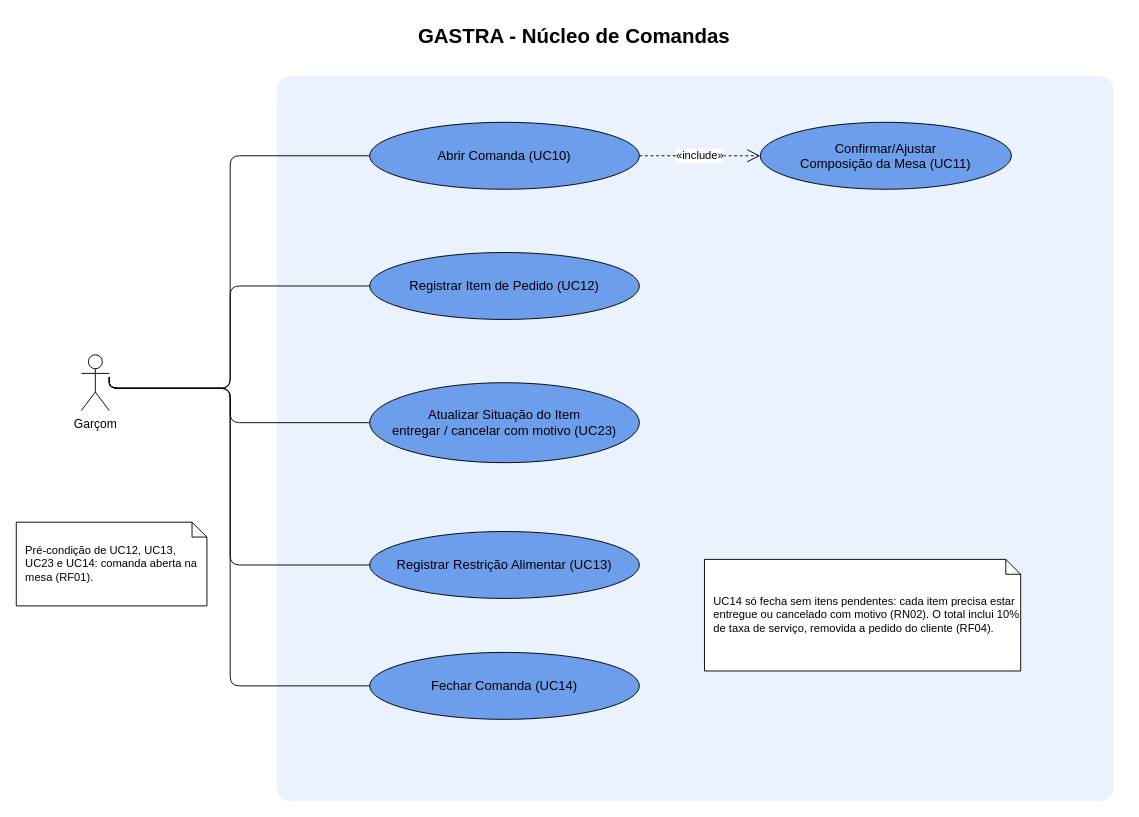
The draw.io diagram docs/diagramas/_fontes/GASTRA_UC_NucleoComandas.drawio in danih-vb/gastra-tg, before the edit. Source tidied: cells renumbered, new cells numbered last; positions are measured from the earlier drawing's top-left corner, leaving out a move shared by most shapes. Both pictures are drawn from the tidied source at 93%, with x=0, y=0 at pixel (16, 16).
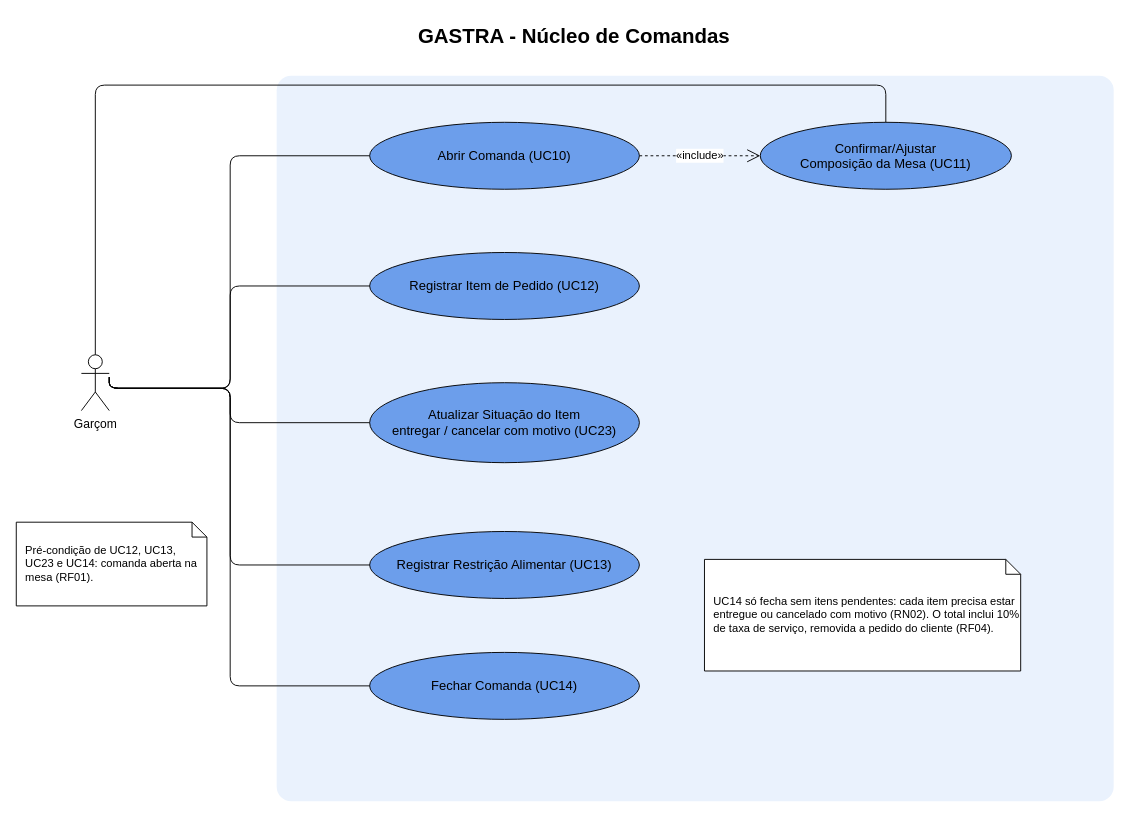
Above is the later version.

Unchanged cells that the change refers to:
```xml
<mxCell id="4" value="Garçom" style="shape=umlActor;verticalLabelPosition=bottom;verticalAlign=top;html=1;outlineConnect=0;fontSize=13;" parent="1" vertex="1">
  <mxGeometry x="70" y="364" width="30" height="60" as="geometry" />
</mxCell>
<mxCell id="15" value="Confirmar/Ajustar&lt;br&gt;Composição da Mesa (UC11)" style="rounded=0;whiteSpace=wrap;html=1;ellipse;fillColor=#6c9eeb;strokeColor=#000000;fontColor=#000000;fontSize=14;verticalAlign=middle;" parent="1" vertex="1">
  <mxGeometry x="800" y="114" width="270" height="72" as="geometry" />
</mxCell>
```

What changed in the source:
```diff
@@
+    <mxCell id="19" style="edgeStyle=orthogonalEdgeStyle;rounded=1;html=1;endArrow=none;strokeColor=#000000;exitX=0.5;exitY=0;exitDx=0;exitDy=0;entryX=0.5;entryY=0;entryDx=0;entryDy=0;" parent="1" edge="1" source="4" target="15">
+      <mxGeometry relative="1" as="geometry">
+        <Array as="points">
+          <mxPoint x="85" y="74" />
+          <mxPoint x="935" y="74" />
+        </Array>
+      </mxGeometry>
+    </mxCell>
```
